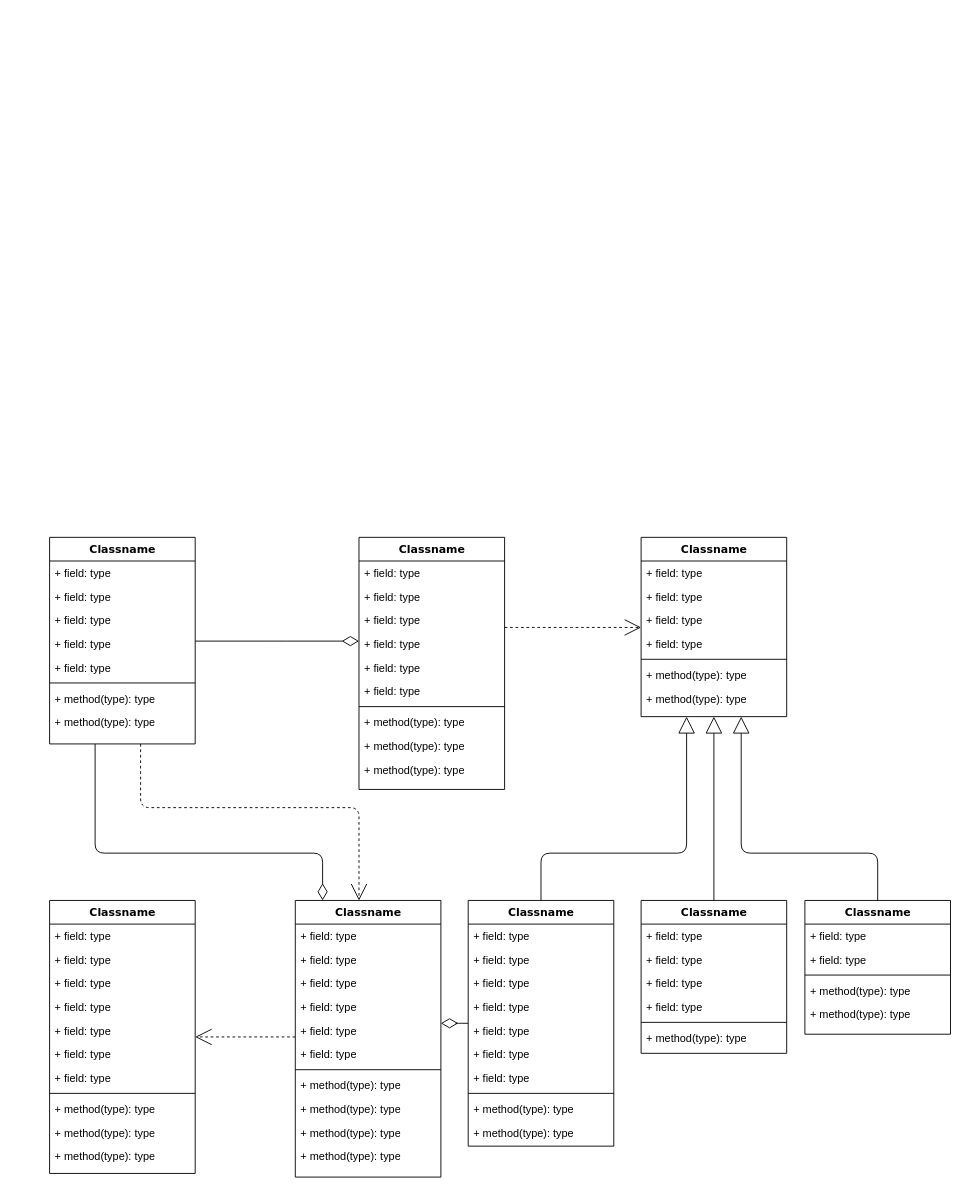
Above: agencysystemdesign.drawio in psalmsin1759/AgencyBankingPlatform (draw.io), before the change. Source tidied: cells renumbered, new cells numbered last; positions are measured from the earlier drawing's top-left corner, leaving out a move shared by most shapes. Both pictures are drawn from the tidied source at 91%, with x=0, y=0 at pixel (49, 537).
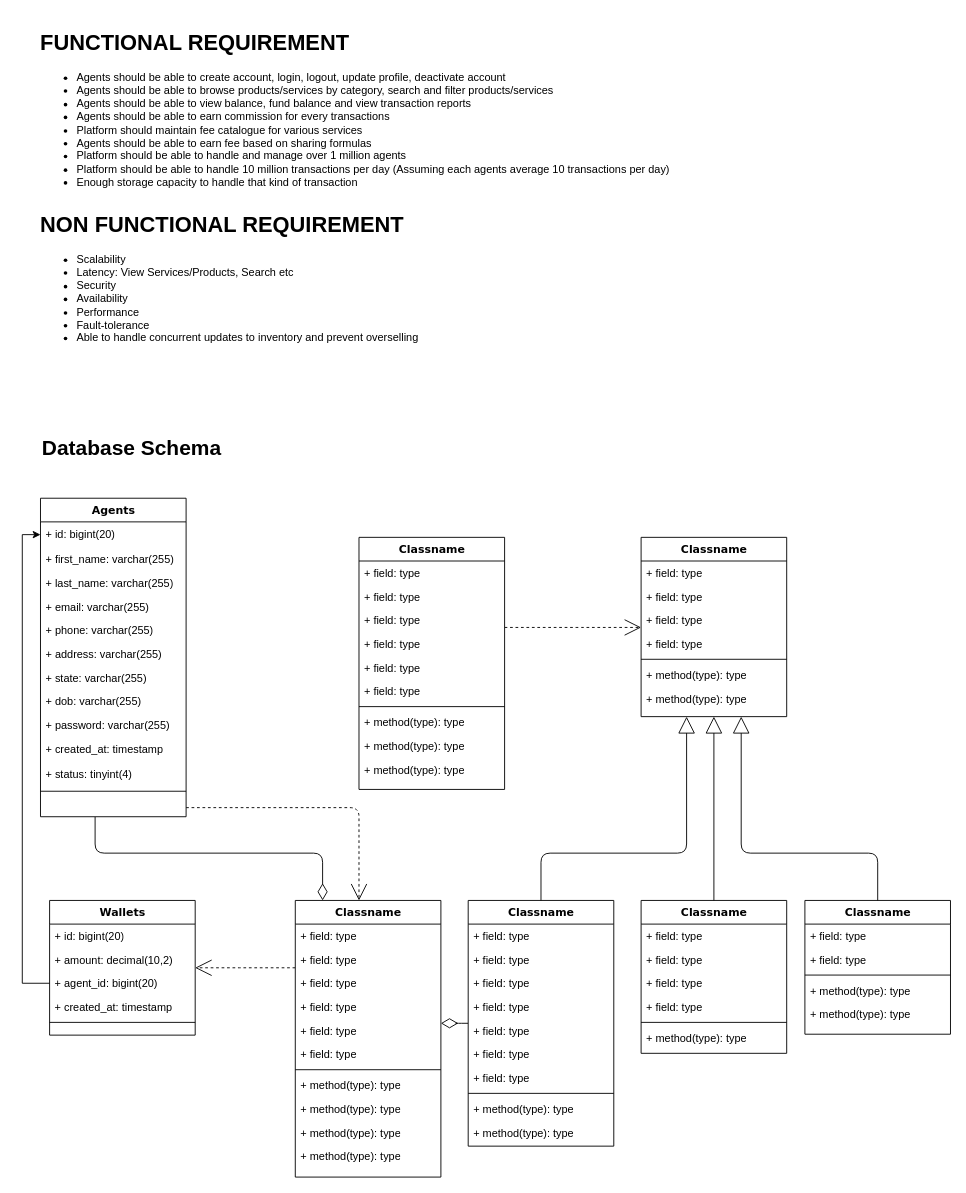
The same page after the edit.

Unchanged cells that the change refers to:
```xml
<mxCell id="14" value="Classname" style="swimlane;html=1;fontStyle=1;align=center;verticalAlign=top;horizontal=1;startSize=26;swimlaneFillColor=#ffffff;rounded=0;shadow=0;comic=0;labelBackgroundColor=none;strokeWidth=1;fillColor=none;fontFamily=Verdana;fontSize=12;" parent="1" vertex="1">
  <mxGeometry x="340" width="160" height="277" as="geometry" />
</mxCell>
```

Change to the diagram source:
```diff
@@
-    <mxCell id="4" value="Classname" style="swimlane;html=1;fontStyle=1;align=center;verticalAlign=top;horizontal=1;startSize=26;swimlaneFillColor=#ffffff;rounded=0;shadow=0;comic=0;labelBackgroundColor=none;strokeWidth=1;fillColor=none;fontFamily=Verdana;fontSize=12;" parent="1" vertex="1">
-      <mxGeometry width="160" height="227" as="geometry" />
+    <mxCell id="4" value="Agents" style="swimlane;html=1;fontStyle=1;align=center;verticalAlign=top;horizontal=1;startSize=26;swimlaneFillColor=#ffffff;rounded=0;shadow=0;comic=0;labelBackgroundColor=none;strokeWidth=1;fillColor=none;fontFamily=Verdana;fontSize=12;" parent="1" vertex="1">
+      <mxGeometry x="-10" y="-43" width="160" height="350" as="geometry" />
     </mxCell>
+    <mxCell id="87" value="+ id: bigint(20)" style="text;html=1;strokeColor=none;fillColor=none;align=left;verticalAlign=top;spacingLeft=4;spacingRight=4;whiteSpace=wrap;overflow=hidden;points=[[0,0.5],[1,0.5]];portConstraint=eastwest;" parent="4" vertex="1">
+      <mxGeometry y="26" width="160" height="28" as="geometry" />
+    </mxCell>
-    <mxCell id="5" value="+ field: type" style="text;html=1;strokeColor=none;fillColor=none;align=left;verticalAlign=top;spacingLeft=4;spacingRight=4;whiteSpace=wrap;overflow=hidden;" parent="4" vertex="1">
-      <mxGeometry y="26" width="160" height="26" as="geometry" />
+    <mxCell id="5" value="+ first_name: varchar(255)" style="text;html=1;strokeColor=none;fillColor=none;align=left;verticalAlign=top;spacingLeft=4;spacingRight=4;whiteSpace=wrap;overflow=hidden;" parent="4" vertex="1">
+      <mxGeometry y="54" width="160" height="26" as="geometry" />
     </mxCell>
-    <mxCell id="6" value="+ field: type" style="text;html=1;strokeColor=none;fillColor=none;align=left;verticalAlign=top;spacingLeft=4;spacingRight=4;whiteSpace=wrap;overflow=hidden;" parent="4" vertex="1">
-      <mxGeometry y="52" width="160" height="26" as="geometry" />
+    <mxCell id="6" value="+ last_name: varchar(255)" style="text;html=1;strokeColor=none;fillColor=none;align=left;verticalAlign=top;spacingLeft=4;spacingRight=4;whiteSpace=wrap;overflow=hidden;" parent="4" vertex="1">
+      <mxGeometry y="80" width="160" height="26" as="geometry" />
     </mxCell>
-    <mxCell id="7" value="+ field: type" style="text;html=1;strokeColor=none;fillColor=none;align=left;verticalAlign=top;spacingLeft=4;spacingRight=4;whiteSpace=wrap;overflow=hidden;" parent="4" vertex="1">
-      <mxGeometry y="78" width="160" height="26" as="geometry" />
+    <mxCell id="7" value="+ email: varchar(255)" style="text;html=1;strokeColor=none;fillColor=none;align=left;verticalAlign=top;spacingLeft=4;spacingRight=4;whiteSpace=wrap;overflow=hidden;" parent="4" vertex="1">
+      <mxGeometry y="106" width="160" height="26" as="geometry" />
     </mxCell>
-    <mxCell id="8" value="+ field: type" style="text;html=1;strokeColor=none;fillColor=none;align=left;verticalAlign=top;spacingLeft=4;spacingRight=4;whiteSpace=wrap;overflow=hidden;" parent="4" vertex="1">
-      <mxGeometry y="104" width="160" height="26" as="geometry" />
+    <mxCell id="8" value="+ phone: varchar(255)" style="text;html=1;strokeColor=none;fillColor=none;align=left;verticalAlign=top;spacingLeft=4;spacingRight=4;whiteSpace=wrap;overflow=hidden;" parent="4" vertex="1">
+      <mxGeometry y="132" width="160" height="26" as="geometry" />
     </mxCell>
-    <mxCell id="9" value="+ field: type" style="text;html=1;strokeColor=none;fillColor=none;align=left;verticalAlign=top;spacingLeft=4;spacingRight=4;whiteSpace=wrap;overflow=hidden;" parent="4" vertex="1">
-      <mxGeometry y="130" width="160" height="26" as="geometry" />
+    <mxCell id="9" value="+ address: varchar(255)" style="text;html=1;strokeColor=none;fillColor=none;align=left;verticalAlign=top;spacingLeft=4;spacingRight=4;whiteSpace=wrap;overflow=hidden;" parent="4" vertex="1">
+      <mxGeometry y="158" width="160" height="26" as="geometry" />
     </mxCell>
+    <mxCell id="88" value="+ state: varchar(255)" style="text;html=1;strokeColor=none;fillColor=none;align=left;verticalAlign=top;spacingLeft=4;spacingRight=4;whiteSpace=wrap;overflow=hidden;" parent="4" vertex="1">
+      <mxGeometry y="184" width="160" height="26" as="geometry" />
+    </mxCell>
+    <mxCell id="89" value="+ dob: varchar(255)" style="text;html=1;strokeColor=none;fillColor=none;align=left;verticalAlign=top;spacingLeft=4;spacingRight=4;whiteSpace=wrap;overflow=hidden;" parent="4" vertex="1">
+      <mxGeometry y="210" width="160" height="26" as="geometry" />
+    </mxCell>
+    <mxCell id="90" value="+ password: varchar(255)" style="text;html=1;strokeColor=none;fillColor=none;align=left;verticalAlign=top;spacingLeft=4;spacingRight=4;whiteSpace=wrap;overflow=hidden;" parent="4" vertex="1">
+      <mxGeometry y="236" width="160" height="26" as="geometry" />
+    </mxCell>
+    <mxCell id="91" value="+ created_at: timestamp" style="text;html=1;strokeColor=none;fillColor=none;align=left;verticalAlign=top;spacingLeft=4;spacingRight=4;whiteSpace=wrap;overflow=hidden;" parent="4" vertex="1">
+      <mxGeometry y="262" width="160" height="28" as="geometry" />
+    </mxCell>
+    <mxCell id="92" value="+ status: tinyint(4)" style="text;html=1;strokeColor=none;fillColor=none;align=left;verticalAlign=top;spacingLeft=4;spacingRight=4;whiteSpace=wrap;overflow=hidden;" parent="4" vertex="1">
+      <mxGeometry y="290" width="160" height="28" as="geometry" />
+    </mxCell>
     <mxCell id="10" style="line;html=1;strokeWidth=1;fillColor=none;align=left;verticalAlign=middle;spacingTop=-1;spacingLeft=3;spacingRight=3;labelPosition=right;" parent="4" vertex="1">
-      <mxGeometry y="156" width="160" height="8" as="geometry" />
+      <mxGeometry y="318" width="160" height="8" as="geometry" />
     </mxCell>
-    <mxCell id="11" value="+ method(type): type" style="text;html=1;strokeColor=none;fillColor=none;align=left;verticalAlign=top;spacingLeft=4;spacingRight=4;whiteSpace=wrap;overflow=hidden;" parent="4" vertex="1">
-      <mxGeometry y="164" width="160" height="26" as="geometry" />
-    </mxCell>
-    <mxCell id="12" value="+ method(type): type" style="text;html=1;strokeColor=none;fillColor=none;align=left;verticalAlign=top;spacingLeft=4;spacingRight=4;whiteSpace=wrap;overflow=hidden;" parent="4" vertex="1">
-      <mxGeometry y="190" width="160" height="26" as="geometry" />
-    </mxCell>
@@
-    <mxCell id="34" value="Classname" style="swimlane;html=1;fontStyle=1;align=center;verticalAlign=top;horizontal=1;startSize=26;swimlaneFillColor=#ffffff;rounded=0;shadow=0;comic=0;labelBackgroundColor=none;strokeWidth=1;fillColor=none;fontFamily=Verdana;fontSize=12;" parent="1" vertex="1">
-      <mxGeometry y="399" width="160" height="300" as="geometry" />
+    <mxCell id="34" value="Wallets" style="swimlane;html=1;fontStyle=1;align=center;verticalAlign=top;horizontal=1;startSize=26;swimlaneFillColor=#ffffff;rounded=0;shadow=0;comic=0;labelBackgroundColor=none;strokeWidth=1;fillColor=none;fontFamily=Verdana;fontSize=12;" parent="1" vertex="1">
+      <mxGeometry y="399" width="160" height="148" as="geometry" />
     </mxCell>
-    <mxCell id="35" value="+ field: type" style="text;html=1;strokeColor=none;fillColor=none;align=left;verticalAlign=top;spacingLeft=4;spacingRight=4;whiteSpace=wrap;overflow=hidden;" parent="34" vertex="1">
+    <mxCell id="35" value="+ id: bigint(20)" style="text;html=1;strokeColor=none;fillColor=none;align=left;verticalAlign=top;spacingLeft=4;spacingRight=4;whiteSpace=wrap;overflow=hidden;" parent="34" vertex="1">
       <mxGeometry y="26" width="160" height="26" as="geometry" />
     </mxCell>
-    <mxCell id="36" value="+ field: type" style="text;html=1;strokeColor=none;fillColor=none;align=left;verticalAlign=top;spacingLeft=4;spacingRight=4;whiteSpace=wrap;overflow=hidden;" parent="34" vertex="1">
+    <mxCell id="36" value="+ amount: decimal(10,2)" style="text;html=1;strokeColor=none;fillColor=none;align=left;verticalAlign=top;spacingLeft=4;spacingRight=4;whiteSpace=wrap;overflow=hidden;" parent="34" vertex="1">
       <mxGeometry y="52" width="160" height="26" as="geometry" />
     </mxCell>
-    <mxCell id="37" value="+ field: type" style="text;html=1;strokeColor=none;fillColor=none;align=left;verticalAlign=top;spacingLeft=4;spacingRight=4;whiteSpace=wrap;overflow=hidden;points=[[0,0.5],[1,0.5]];portConstraint=eastwest;" parent="34" vertex="1">
+    <mxCell id="37" value="+ agent_id: bigint(20)" style="text;html=1;strokeColor=none;fillColor=none;align=left;verticalAlign=top;spacingLeft=4;spacingRight=4;whiteSpace=wrap;overflow=hidden;points=[[0,0.5],[1,0.5]];portConstraint=eastwest;" parent="34" vertex="1">
       <mxGeometry y="78" width="160" height="26" as="geometry" />
     </mxCell>
-    <mxCell id="38" value="+ field: type" style="text;html=1;strokeColor=none;fillColor=none;align=left;verticalAlign=top;spacingLeft=4;spacingRight=4;whiteSpace=wrap;overflow=hidden;" parent="34" vertex="1">
+    <mxCell id="38" value="+ created_at: timestamp" style="text;html=1;strokeColor=none;fillColor=none;align=left;verticalAlign=top;spacingLeft=4;spacingRight=4;whiteSpace=wrap;overflow=hidden;" parent="34" vertex="1">
       <mxGeometry y="104" width="160" height="26" as="geometry" />
     </mxCell>
-    <mxCell id="39" value="+ field: type" style="text;html=1;strokeColor=none;fillColor=none;align=left;verticalAlign=top;spacingLeft=4;spacingRight=4;whiteSpace=wrap;overflow=hidden;" parent="34" vertex="1">
-      <mxGeometry y="130" width="160" height="26" as="geometry" />
-    </mxCell>
-    <mxCell id="40" value="+ field: type" style="text;html=1;strokeColor=none;fillColor=none;align=left;verticalAlign=top;spacingLeft=4;spacingRight=4;whiteSpace=wrap;overflow=hidden;" parent="34" vertex="1">
-      <mxGeometry y="156" width="160" height="26" as="geometry" />
-    </mxCell>
-    <mxCell id="41" value="+ field: type" style="text;html=1;strokeColor=none;fillColor=none;align=left;verticalAlign=top;spacingLeft=4;spacingRight=4;whiteSpace=wrap;overflow=hidden;" parent="34" vertex="1">
-      <mxGeometry y="182" width="160" height="26" as="geometry" />
-    </mxCell>
     <mxCell id="42" style="line;html=1;strokeWidth=1;fillColor=none;align=left;verticalAlign=middle;spacingTop=-1;spacingLeft=3;spacingRight=3;labelPosition=right;" parent="34" vertex="1">
-      <mxGeometry y="208" width="160" height="8" as="geometry" />
+      <mxGeometry y="130" width="160" height="8" as="geometry" />
     </mxCell>
-    <mxCell id="43" value="+ method(type): type" style="text;html=1;strokeColor=none;fillColor=none;align=left;verticalAlign=top;spacingLeft=4;spacingRight=4;whiteSpace=wrap;overflow=hidden;" parent="34" vertex="1">
-      <mxGeometry y="216" width="160" height="26" as="geometry" />
-    </mxCell>
-    <mxCell id="44" value="+ method(type): type" style="text;html=1;strokeColor=none;fillColor=none;align=left;verticalAlign=top;spacingLeft=4;spacingRight=4;whiteSpace=wrap;overflow=hidden;" parent="34" vertex="1">
-      <mxGeometry y="242" width="160" height="26" as="geometry" />
-    </mxCell>
-    <mxCell id="45" value="+ method(type): type" style="text;html=1;strokeColor=none;fillColor=none;align=left;verticalAlign=top;spacingLeft=4;spacingRight=4;whiteSpace=wrap;overflow=hidden;" parent="34" vertex="1">
-      <mxGeometry y="268" width="160" height="26" as="geometry" />
-    </mxCell>
@@
-    <mxCell id="86" style="edgeStyle=elbowEdgeStyle;html=1;labelBackgroundColor=none;startFill=0;startSize=8;endArrow=diamondThin;endFill=0;endSize=16;fontFamily=Verdana;fontSize=12;elbow=vertical;" parent="1" edge="1" source="4" target="14">
-      <mxGeometry relative="1" as="geometry" />
-    </mxCell>
+    <mxCell id="93" value="&lt;h1&gt;FUNCTIONAL REQUIREMENT&lt;/h1&gt;&lt;p&gt;&lt;/p&gt;&lt;ul&gt;&lt;li&gt;Agents should be able to create account, login, logout, update profile, deactivate account&lt;/li&gt;&lt;li&gt;Agents should be able to browse products/services by category, search and filter products/services&lt;/li&gt;&lt;li&gt;Agents should be able to view balance, fund balance and view transaction reports&lt;/li&gt;&lt;li&gt;Agents should be able to earn commission for every transactions&lt;/li&gt;&lt;li&gt;Platform should maintain fee catalogue for various services&lt;/li&gt;&lt;li&gt;Agents should be able to earn fee based on sharing formulas&lt;/li&gt;&lt;li&gt;Platform should be able to handle and manage over 1 million agents&lt;/li&gt;&lt;li&gt;Platform should be able to handle 10 million transactions per day (Assuming each agents average 10 transactions per day)&lt;/li&gt;&lt;li&gt;Enough storage capacity to handle that kind of transaction&lt;/li&gt;&lt;/ul&gt;&lt;p&gt;&lt;/p&gt;" style="text;html=1;strokeColor=none;fillColor=none;spacing=5;spacingTop=-20;whiteSpace=wrap;overflow=hidden;rounded=0;" parent="1" vertex="1">
+      <mxGeometry x="-15" y="-563" width="730" height="200" as="geometry" />
+    </mxCell>
+    <mxCell id="94" value="&lt;h1&gt;NON FUNCTIONAL REQUIREMENT&lt;/h1&gt;&lt;p&gt;&lt;/p&gt;&lt;ul&gt;&lt;li&gt;Scalability&lt;/li&gt;&lt;li&gt;Latency: View Services/Products, Search etc&lt;/li&gt;&lt;li&gt;Security&lt;/li&gt;&lt;li&gt;Availability&lt;/li&gt;&lt;li&gt;Performance&lt;/li&gt;&lt;li&gt;Fault-tolerance&lt;/li&gt;&lt;li&gt;Able to handle concurrent updates to inventory and prevent overselling&lt;/li&gt;&lt;/ul&gt;&lt;p&gt;&lt;/p&gt;" style="text;html=1;strokeColor=none;fillColor=none;spacing=5;spacingTop=-20;whiteSpace=wrap;overflow=hidden;rounded=0;" parent="1" vertex="1">
+      <mxGeometry x="-15" y="-363" width="730" height="200" as="geometry" />
+    </mxCell>
+    <mxCell id="95" value="&lt;b&gt;&lt;font style=&quot;font-size: 23px;&quot;&gt;Database Schema&lt;/font&gt;&lt;/b&gt;" style="text;html=1;strokeColor=none;fillColor=none;align=left;verticalAlign=middle;whiteSpace=wrap;rounded=0;" parent="1" vertex="1">
+      <mxGeometry x="-10" y="-113" width="240" height="30" as="geometry" />
+    </mxCell>
+    <mxCell id="96" style="edgeStyle=orthogonalEdgeStyle;rounded=0;jettySize=auto;html=1;exitX=0;exitY=0.5;exitDx=0;exitDy=0;entryX=0;entryY=0.5;entryDx=0;entryDy=0;" parent="1" edge="1" source="37" target="87">
+      <mxGeometry relative="1" as="geometry" />
+    </mxCell>
```
